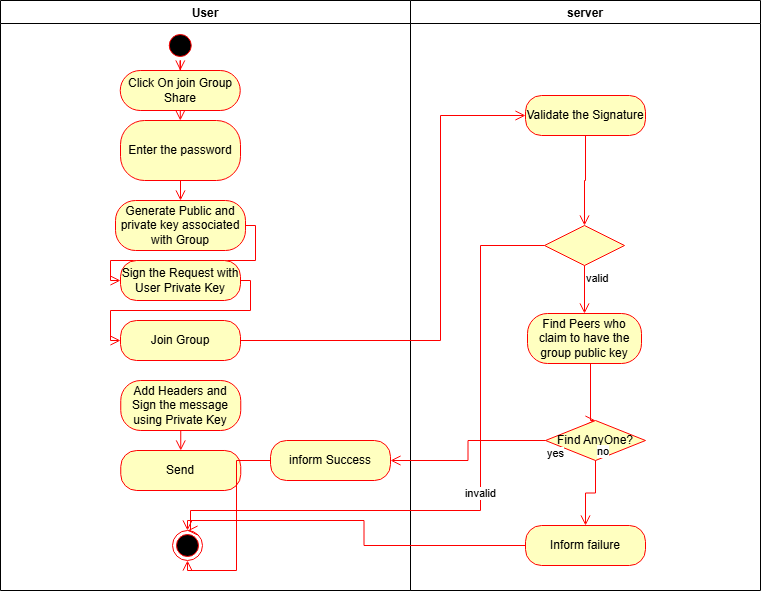
Before: Activity_Diagram/JoinShareGroup.png, a diagram exported from draw.io (FatemehKhalili/SafeDrive). Source tidied: cells renumbered, new cells last; positions are measured from the earlier drawing's top-left corner, leaving out a move shared by most shapes.
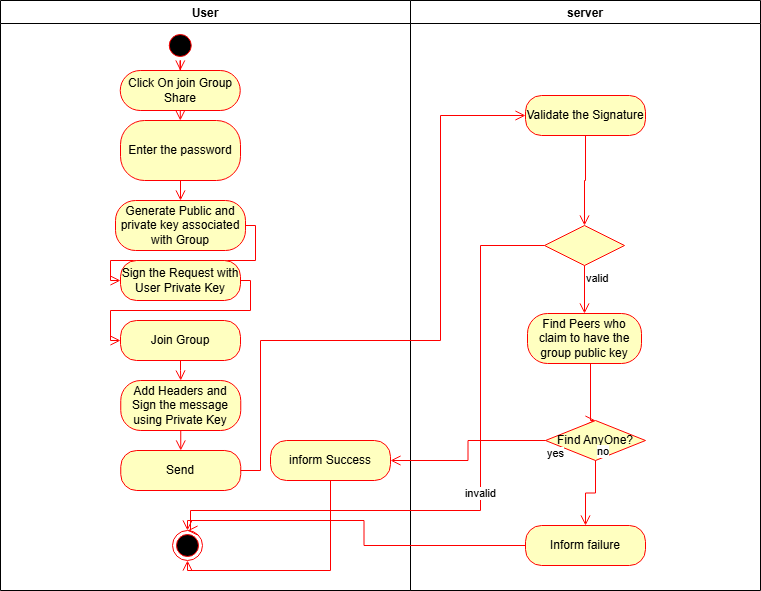
The same file after the commit.

The edit, as a diff of the source:
```diff
@@ -38,6 +38,9 @@
     <mxCell id="13" value="Add Headers and Sign the message using Private Key" style="rounded=1;whiteSpace=wrap;html=1;arcSize=40;fontColor=#000000;fillColor=#ffffc0;strokeColor=#ff0000;" parent="2" vertex="1">
       <mxGeometry x="120.2" y="380" width="120" height="50" as="geometry" />
     </mxCell>
+    <mxCell id="34" style="edgeStyle=orthogonalEdgeStyle;html=1;verticalAlign=bottom;endArrow=open;endSize=8;strokeColor=#ff0000;rounded=0;entryX=0.5;entryY=0;entryDx=0;entryDy=0;exitX=0.5;exitY=1;exitDx=0;exitDy=0;" parent="2" edge="1" source="14" target="13">
+      <mxGeometry relative="1" as="geometry" />
+    </mxCell>
     <mxCell id="14" value="Join Group" style="rounded=1;whiteSpace=wrap;html=1;arcSize=40;fontColor=#000000;fillColor=#ffffc0;strokeColor=#ff0000;" parent="2" vertex="1">
       <mxGeometry x="120" y="320" width="120" height="40" as="geometry" />
     </mxCell>
@@ -54,7 +57,12 @@
       <mxGeometry x="270" y="440" width="120" height="40" as="geometry" />
     </mxCell>
     <mxCell id="19" style="edgeStyle=orthogonalEdgeStyle;html=1;verticalAlign=bottom;endArrow=open;endSize=8;strokeColor=#ff0000;rounded=0;entryX=0.5;entryY=1;entryDx=0;entryDy=0;" parent="2" edge="1" source="18" target="17">
-      <mxGeometry relative="1" as="geometry" />
+      <mxGeometry relative="1" as="geometry">
+        <Array as="points">
+          <mxPoint x="330" y="570" />
+          <mxPoint x="187" y="570" />
+        </Array>
+      </mxGeometry>
     </mxCell>
     <mxCell id="20" value="server" style="swimlane;" parent="1" vertex="1">
       <mxGeometry x="410" width="350" height="590" as="geometry" />
@@ -77,15 +85,15 @@
     <mxCell id="26" value="&lt;div&gt;valid&lt;/div&gt;" style="edgeStyle=orthogonalEdgeStyle;html=1;align=left;verticalAlign=top;endArrow=open;endSize=8;strokeColor=#ff0000;rounded=0;entryX=0.5;entryY=0;entryDx=0;entryDy=0;" parent="20" edge="1" source="25" target="23">
       <mxGeometry x="-1" relative="1" as="geometry" />
     </mxCell>
-    <mxCell id="27" style="edgeStyle=orthogonalEdgeStyle;html=1;verticalAlign=bottom;endArrow=open;endSize=8;strokeColor=#ff0000;rounded=0;entryX=0.5;entryY=0;entryDx=0;entryDy=0;exitX=0.5;exitY=1;exitDx=0;exitDy=0;" parent="20" edge="1" target="28">
-      <mxGeometry relative="1" as="geometry">
-        <mxPoint x="178" y="363" as="sourcePoint" />
-        <Array as="points">
-          <mxPoint x="180" y="363" />
-          <mxPoint x="180" y="420" />
-        </Array>
-      </mxGeometry>
-    </mxCell>
+    <mxCell id="35" style="edgeStyle=orthogonalEdgeStyle;html=1;verticalAlign=bottom;endArrow=open;endSize=8;strokeColor=#ff0000;rounded=0;entryX=0.5;entryY=0;entryDx=0;entryDy=0;exitX=0.5;exitY=1;exitDx=0;exitDy=0;" parent="20" edge="1" target="28">
+      <mxGeometry relative="1" as="geometry">
+        <mxPoint x="178" y="363" as="sourcePoint" />
+        <Array as="points">
+          <mxPoint x="180" y="363" />
+          <mxPoint x="180" y="420" />
+        </Array>
+      </mxGeometry>
+    </mxCell>
     <mxCell id="28" value="Find AnyOne?" style="rhombus;whiteSpace=wrap;html=1;fontColor=#000000;fillColor=#ffffc0;strokeColor=#ff0000;" parent="20" vertex="1">
       <mxGeometry x="135" y="420" width="100" height="40" as="geometry" />
     </mxCell>
@@ -105,14 +113,16 @@
         </Array>
       </mxGeometry>
     </mxCell>
-    <mxCell id="32" style="edgeStyle=orthogonalEdgeStyle;html=1;verticalAlign=bottom;endArrow=open;endSize=8;strokeColor=#ff0000;rounded=0;entryX=0;entryY=0.5;entryDx=0;entryDy=0;" parent="1" edge="1" source="14" target="21">
-      <mxGeometry relative="1" as="geometry">
-        <Array as="points">
-          <mxPoint x="440" y="340" />
-          <mxPoint x="440" y="115" />
-        </Array>
-      </mxGeometry>
-    </mxCell>
+    <mxCell id="36" style="edgeStyle=orthogonalEdgeStyle;html=1;verticalAlign=bottom;endArrow=open;endSize=8;strokeColor=#ff0000;rounded=0;entryX=0;entryY=0.5;entryDx=0;entryDy=0;exitX=1;exitY=0.5;exitDx=0;exitDy=0;" parent="1" edge="1" source="15" target="21">
+      <mxGeometry relative="1" as="geometry">
+        <Array as="points">
+          <mxPoint x="260" y="470" />
+          <mxPoint x="260" y="340" />
+          <mxPoint x="440" y="340" />
+          <mxPoint x="440" y="115" />
+        </Array>
+      </mxGeometry>
+    </mxCell>
     <mxCell id="33" value="yes" style="edgeStyle=orthogonalEdgeStyle;html=1;align=left;verticalAlign=top;endArrow=open;endSize=8;strokeColor=#ff0000;rounded=0;exitX=0;exitY=0.5;exitDx=0;exitDy=0;" parent="1" edge="1" source="28" target="18">
       <mxGeometry x="-1" relative="1" as="geometry" />
     </mxCell>
```
